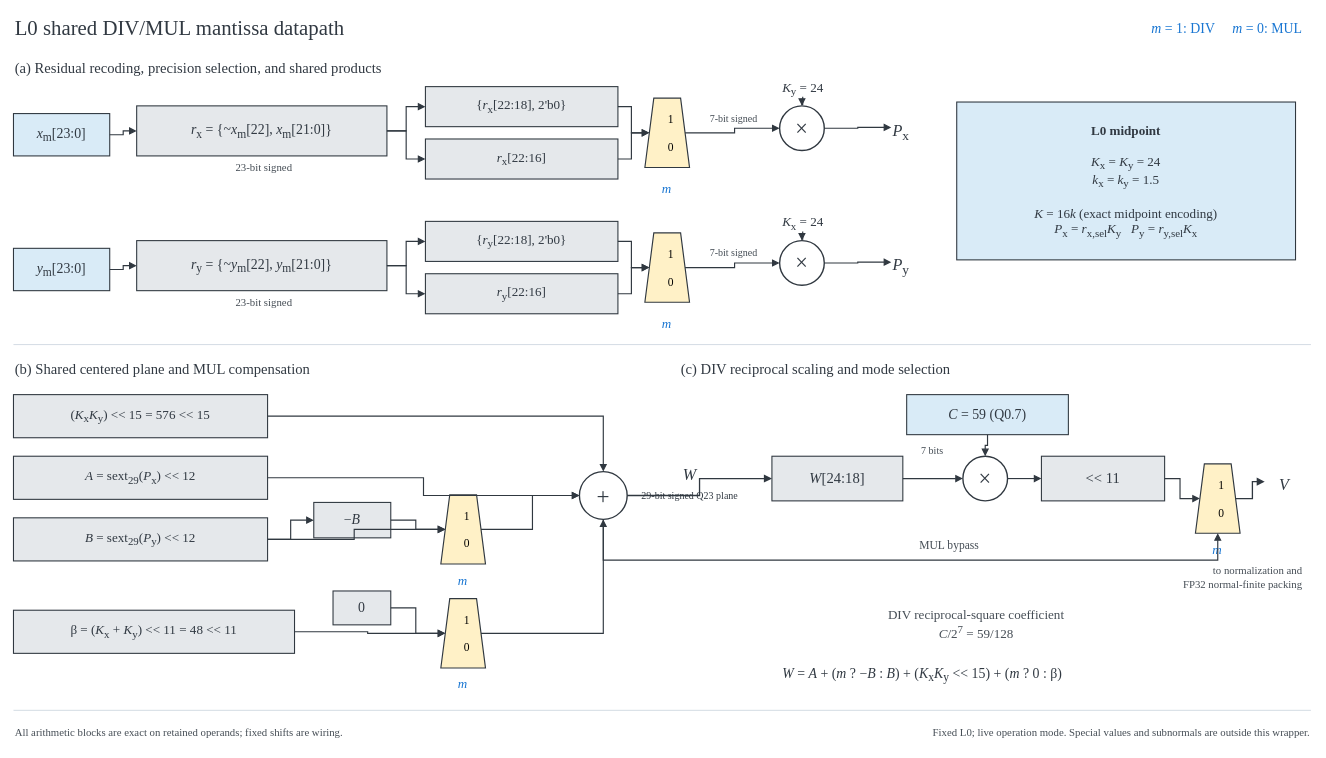
Above: experiments/arithmetic_sharing/circuit_figures/oadm_fixed_l0_circuit.drawio in dpcarry/divmul (draw.io), before the change. Source tidied: cells renumbered, new cells numbered last; positions are measured from the earlier drawing's top-left corner, leaving out a move shared by most shapes. Both pictures are drawn from the tidied source at 77%, with x=0, y=0 at pixel (13, 13).
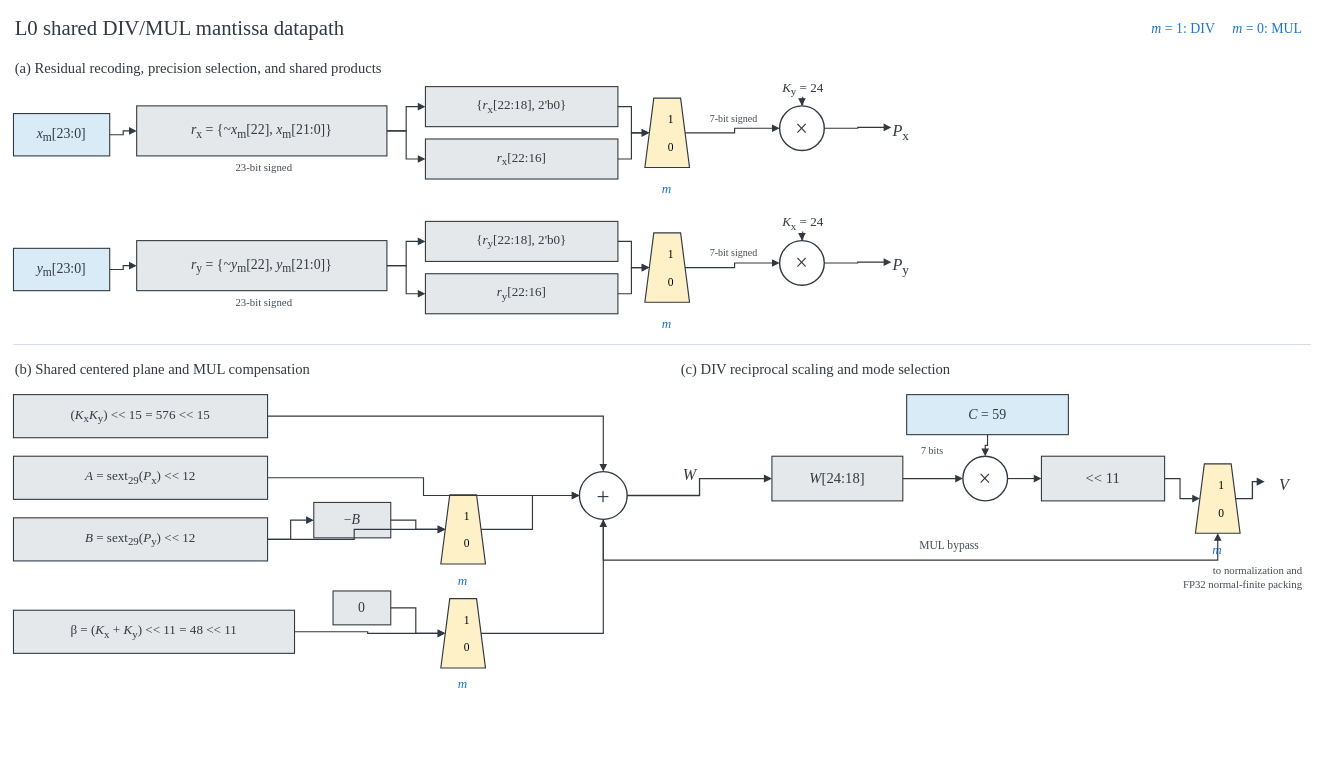
Above is the later version.

The edit, as a diff of the source:
```diff
@@
-    <mxCell id="27" value="&lt;b&gt;L0 midpoint&lt;/b&gt;&lt;br&gt;&lt;br&gt;&lt;i&gt;K&lt;/i&gt;&lt;sub&gt;x&lt;/sub&gt; = &lt;i&gt;K&lt;/i&gt;&lt;sub&gt;y&lt;/sub&gt; = 24&lt;br&gt;&lt;i&gt;k&lt;/i&gt;&lt;sub&gt;x&lt;/sub&gt; = &lt;i&gt;k&lt;/i&gt;&lt;sub&gt;y&lt;/sub&gt; = 1.5&lt;br&gt;&lt;br&gt;&lt;i&gt;K&lt;/i&gt; = 16&lt;i&gt;k&lt;/i&gt; (exact midpoint encoding)&lt;br&gt;&lt;i&gt;P&lt;/i&gt;&lt;sub&gt;x&lt;/sub&gt; = &lt;i&gt;r&lt;/i&gt;&lt;sub&gt;x,sel&lt;/sub&gt;&lt;i&gt;K&lt;/i&gt;&lt;sub&gt;y&lt;/sub&gt;&amp;nbsp;&amp;nbsp; &lt;i&gt;P&lt;/i&gt;&lt;sub&gt;y&lt;/sub&gt; = &lt;i&gt;r&lt;/i&gt;&lt;sub&gt;y,sel&lt;/sub&gt;&lt;i&gt;K&lt;/i&gt;&lt;sub&gt;x&lt;/sub&gt;" style="rounded=0;whiteSpace=wrap;html=1;fillColor=#d9ebf7;strokeColor=#303840;strokeWidth=1.4;fontFamily=Times New Roman;fontSize=17;fontColor=#313942;align=center;verticalAlign=middle;" parent="1" vertex="1">
-      <mxGeometry x="1225" y="115" width="440" height="205" as="geometry" />
-    </mxCell>
@@
-    <mxCell id="42" value="&lt;i&gt;W&lt;/i&gt;&lt;br&gt;&lt;font style=&quot;font-size:13px&quot;&gt;29-bit signed Q23 plane&lt;/font&gt;" style="text;html=1;strokeColor=none;fillColor=none;align=center;fontFamily=Times New Roman;fontSize=21;fontColor=#313942;" parent="1" vertex="1">
+    <mxCell id="42" value="&lt;i&gt;W&lt;/i&gt;" style="text;html=1;strokeColor=none;fillColor=none;align=center;fontFamily=Times New Roman;fontSize=21;fontColor=#313942;" parent="1" vertex="1">
       <mxGeometry x="795" y="580" width="165" height="60" as="geometry" />
     </mxCell>
@@
-    <mxCell id="44" value="&lt;i&gt;C&lt;/i&gt; = 59 (Q0.7)" style="rounded=0;whiteSpace=wrap;html=1;fillColor=#d9ebf7;strokeColor=#303840;strokeWidth=1.4;fontFamily=Times New Roman;fontSize=18;fontColor=#313942;" parent="1" vertex="1">
+    <mxCell id="44" value="&lt;i&gt;C&lt;/i&gt; = 59" style="rounded=0;whiteSpace=wrap;html=1;fillColor=#d9ebf7;strokeColor=#303840;strokeWidth=1.4;fontFamily=Times New Roman;fontSize=18;fontColor=#313942;" parent="1" vertex="1">
       <mxGeometry x="1160" y="495" width="210" height="52" as="geometry" />
     </mxCell>
@@
-    <mxCell id="53" value="DIV reciprocal-square coefficient&lt;br&gt;&lt;i&gt;C&lt;/i&gt;/2&lt;sup&gt;7&lt;/sup&gt; = 59/128" style="text;html=1;strokeColor=none;fillColor=none;align=center;fontFamily=Times New Roman;fontSize=17;fontColor=#454d55;" parent="1" vertex="1">
-      <mxGeometry x="1075" y="765" width="350" height="55" as="geometry" />
-    </mxCell>
-    <mxCell id="54" value="&lt;i&gt;W&lt;/i&gt; = &lt;i&gt;A&lt;/i&gt; + (&lt;i&gt;m&lt;/i&gt; ? −&lt;i&gt;B&lt;/i&gt; : &lt;i&gt;B&lt;/i&gt;) + (&lt;i&gt;K&lt;/i&gt;&lt;sub&gt;x&lt;/sub&gt;&lt;i&gt;K&lt;/i&gt;&lt;sub&gt;y&lt;/sub&gt; &amp;lt;&amp;lt; 15) + (&lt;i&gt;m&lt;/i&gt; ? 0 : β)" style="text;html=1;strokeColor=none;fillColor=none;align=center;fontFamily=Times New Roman;fontSize=18;fontColor=#313942;" parent="1" vertex="1">
-      <mxGeometry x="835" y="840" width="690" height="38" as="geometry" />
-    </mxCell>
-    <mxCell id="55" style="edgeStyle=none;html=1;strokeColor=#c8d2dc;strokeWidth=1;endArrow=none;startArrow=none;" parent="1" edge="1">
-      <mxGeometry relative="1" as="geometry">
-        <mxPoint y="905" as="sourcePoint" />
-        <mxPoint x="1685" y="905" as="targetPoint" />
-      </mxGeometry>
-    </mxCell>
-    <mxCell id="56" value="All arithmetic blocks are exact on retained operands; fixed shifts are wiring." style="text;html=1;strokeColor=none;fillColor=none;align=left;fontFamily=Times New Roman;fontSize=14;fontColor=#454d55;" parent="1" vertex="1">
-      <mxGeometry y="920" width="650" height="30" as="geometry" />
-    </mxCell>
-    <mxCell id="57" value="Fixed L0; live operation mode. Special values and subnormals are outside this wrapper." style="text;html=1;strokeColor=none;fillColor=none;align=right;fontFamily=Times New Roman;fontSize=14;fontColor=#454d55;" parent="1" vertex="1">
-      <mxGeometry x="995" y="920" width="690" height="30" as="geometry" />
-    </mxCell>
```
